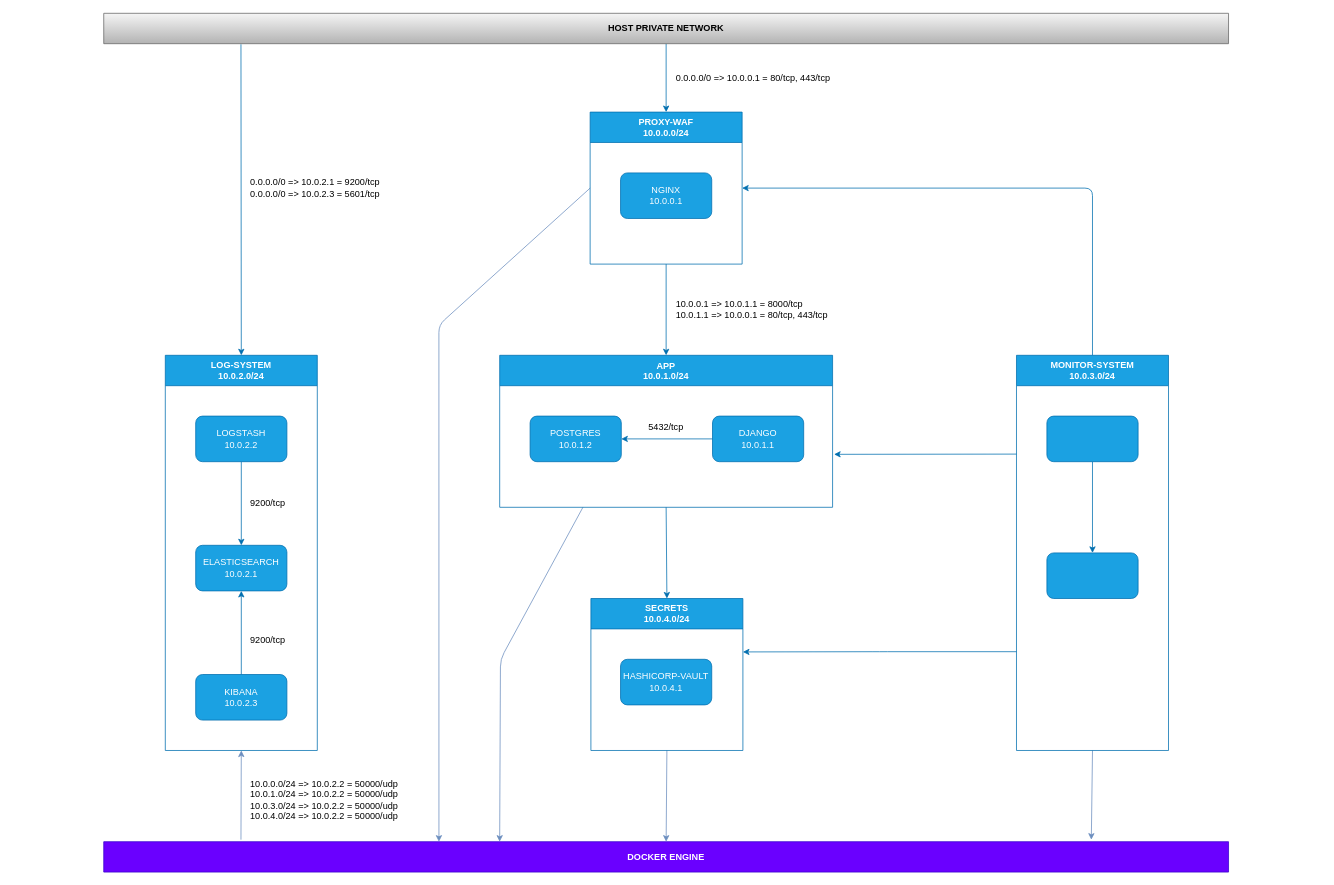
The draw.io diagram _notebook/topology.drawio in GiovanniAfro/ft_Transcendence, before the edit. Source tidied: cells renumbered, new cells numbered last; positions are measured from the earlier drawing's top-left corner, leaving out a move shared by most shapes. Both pictures are drawn from the tidied source at 76%, with x=0, y=0 at pixel (103, 13).
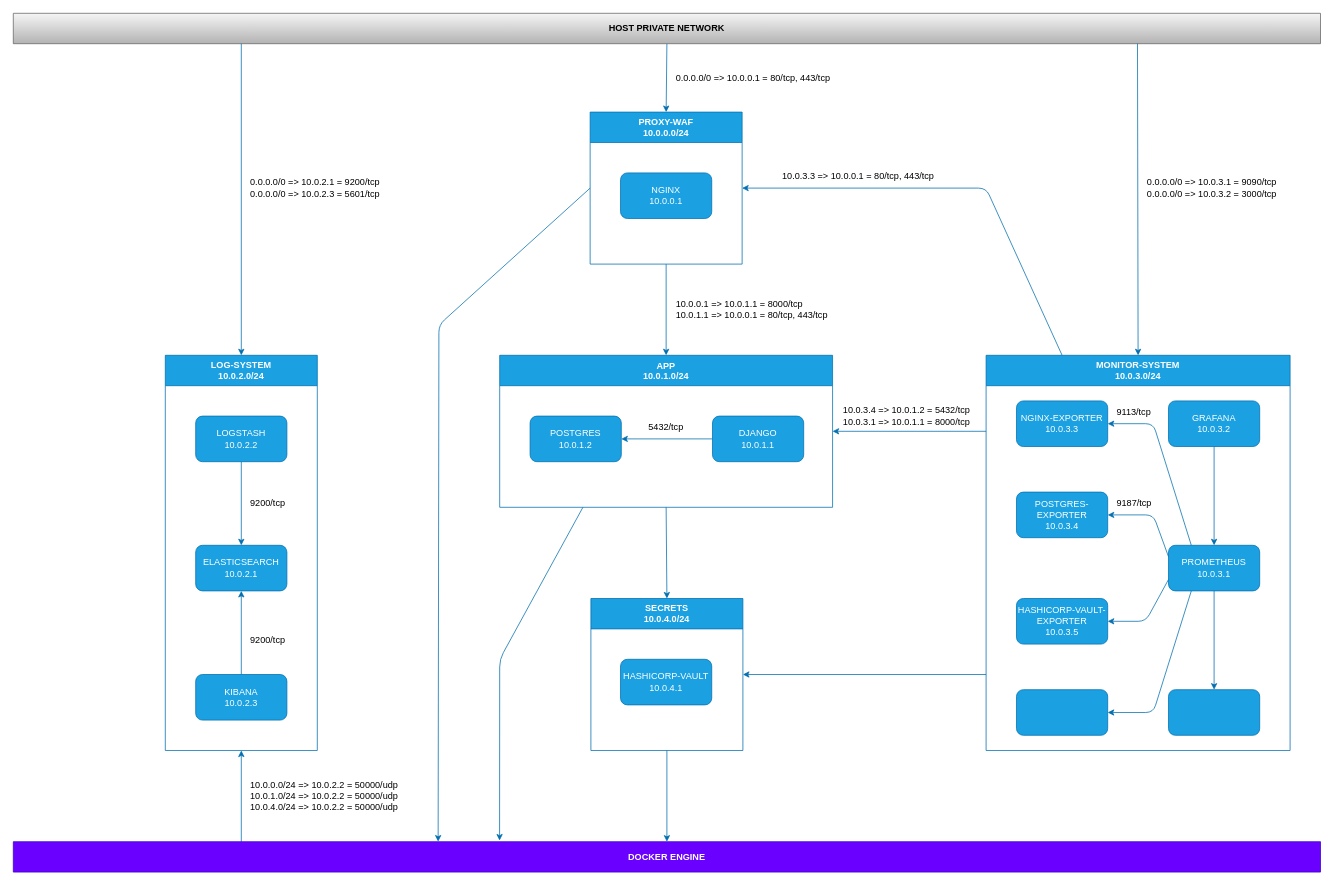
The same diagram, later.

The change refers to these unchanged cells:
```xml
<mxCell id="5" value="APP&#10;10.0.1.0/24" style="swimlane;startSize=40;swimlaneFillColor=none;rounded=0;glass=0;shadow=0;swimlaneLine=1;fillColor=#1ba1e2;strokeColor=#006EAF;fontColor=#ffffff;" parent="1" vertex="1">
  <mxGeometry x="521" y="450" width="438" height="200" as="geometry" />
</mxCell>
<mxCell id="12" value="PROXY-WAF&lt;br&gt;10.0.0.0/24" style="swimlane;whiteSpace=wrap;html=1;fillColor=#1ba1e2;strokeColor=#006EAF;fontColor=#ffffff;startSize=40;" parent="1" vertex="1">
  <mxGeometry x="640" y="130" width="200" height="200" as="geometry" />
</mxCell>
<mxCell id="17" value="SECRETS&lt;br&gt;10.0.4.0/24" style="swimlane;whiteSpace=wrap;html=1;startSize=40;fillColor=#1ba1e2;fontColor=#ffffff;strokeColor=#006EAF;" parent="1" vertex="1">
  <mxGeometry x="641" y="770" width="200" height="200" as="geometry" />
</mxCell>
<mxCell id="28" value="LOG-SYSTEM&lt;br&gt;10.0.2.0/24" style="swimlane;whiteSpace=wrap;html=1;startSize=40;fillColor=#1ba1e2;fontColor=#ffffff;strokeColor=#006EAF;" parent="1" vertex="1">
  <mxGeometry x="81" y="450" width="200" height="520" as="geometry" />
</mxCell>
```

The edit, as a diff of the source:
```diff
@@
-    <mxCell id="4" style="edgeStyle=none;html=1;exitX=0.25;exitY=1;exitDx=0;exitDy=0;fillColor=#dae8fc;strokeColor=#6c8ebf;entryX=0.352;entryY=0;entryDx=0;entryDy=0;entryPerimeter=0;" parent="1" edge="1" source="5" target="39">
+    <mxCell id="4" style="edgeStyle=none;html=1;exitX=0.25;exitY=1;exitDx=0;exitDy=0;fillColor=#1ba1e2;strokeColor=#006EAF;entryX=0.372;entryY=-0.038;entryDx=0;entryDy=0;entryPerimeter=0;" parent="1" edge="1" source="5" target="39">
       <mxGeometry relative="1" as="geometry">
         <Array as="points">
-          <mxPoint x="522" y="850" />
+          <mxPoint x="521" y="850" />
         </Array>
       </mxGeometry>
     </mxCell>
@@
-    <mxCell id="11" style="edgeStyle=none;html=1;exitX=0;exitY=0.5;exitDx=0;exitDy=0;entryX=0.298;entryY=0;entryDx=0;entryDy=0;fillColor=#dae8fc;strokeColor=#6c8ebf;entryPerimeter=0;" parent="1" edge="1" source="12" target="39">
+    <mxCell id="11" style="edgeStyle=none;html=1;exitX=0;exitY=0.5;exitDx=0;exitDy=0;entryX=0.325;entryY=-0.004;entryDx=0;entryDy=0;fillColor=#1ba1e2;strokeColor=#006EAF;entryPerimeter=0;" parent="1" edge="1" source="12" target="39">
       <mxGeometry relative="1" as="geometry">
         <Array as="points">
           <mxPoint x="441" y="410" />
         </Array>
       </mxGeometry>
     </mxCell>
@@
     <mxCell id="15" value="HOST PRIVATE NETWORK" style="swimlane;whiteSpace=wrap;html=1;startSize=40;fillColor=#f5f5f5;gradientColor=#b3b3b3;strokeColor=#666666;" parent="1" vertex="1">
-      <mxGeometry width="1480" height="40" as="geometry" />
+      <mxGeometry x="-119" width="1720" height="40" as="geometry" />
     </mxCell>
-    <mxCell id="16" style="edgeStyle=none;html=1;exitX=0.5;exitY=1;exitDx=0;exitDy=0;entryX=0.5;entryY=0;entryDx=0;entryDy=0;fillColor=#dae8fc;strokeColor=#6c8ebf;" parent="1" edge="1" source="17" target="39">
+    <mxCell id="16" style="edgeStyle=none;html=1;exitX=0.5;exitY=1;exitDx=0;exitDy=0;entryX=0.5;entryY=0;entryDx=0;entryDy=0;fillColor=#1ba1e2;strokeColor=#006EAF;" parent="1" edge="1" source="17" target="39">
       <mxGeometry relative="1" as="geometry" />
     </mxCell>
@@
-    <mxCell id="19" style="edgeStyle=none;html=1;exitX=0.5;exitY=1;exitDx=0;exitDy=0;entryX=0.878;entryY=-0.066;entryDx=0;entryDy=0;entryPerimeter=0;fillColor=#dae8fc;strokeColor=#6c8ebf;" parent="1" edge="1" source="23" target="39">
-      <mxGeometry relative="1" as="geometry" />
-    </mxCell>
-    <mxCell id="20" style="edgeStyle=none;html=1;exitX=0.5;exitY=0;exitDx=0;exitDy=0;entryX=1;entryY=0.5;entryDx=0;entryDy=0;fillColor=#1ba1e2;strokeColor=#006EAF;" parent="1" edge="1" source="23" target="12">
-      <mxGeometry relative="1" as="geometry">
-        <Array as="points">
-          <mxPoint x="1301" y="230" />
-        </Array>
-      </mxGeometry>
-    </mxCell>
-    <mxCell id="21" style="edgeStyle=none;html=1;exitX=0;exitY=0.75;exitDx=0;exitDy=0;fillColor=#1ba1e2;strokeColor=#006EAF;" parent="1" edge="1" source="23">
+    <mxCell id="21" style="edgeStyle=none;html=1;fillColor=#1ba1e2;strokeColor=#006EAF;entryX=1;entryY=0.5;entryDx=0;entryDy=0;" parent="1" edge="1" target="17">
       <mxGeometry relative="1" as="geometry">
-        <mxPoint x="841" y="840.3" as="targetPoint" />
-        <Array as="points">
-          <mxPoint x="1021" y="840" />
-        </Array>
+        <mxPoint x="1161" y="870" as="sourcePoint" />
       </mxGeometry>
     </mxCell>
-    <mxCell id="22" style="edgeStyle=none;html=1;exitX=0;exitY=0.25;exitDx=0;exitDy=0;fillColor=#1ba1e2;strokeColor=#006EAF;" parent="1" edge="1" source="23">
+    <mxCell id="22" style="edgeStyle=none;html=1;fillColor=#1ba1e2;strokeColor=#006EAF;entryX=1;entryY=0.5;entryDx=0;entryDy=0;" parent="1" edge="1" target="5">
       <mxGeometry relative="1" as="geometry">
-        <mxPoint x="961" y="580.3" as="targetPoint" />
+        <mxPoint x="1161" y="550" as="sourcePoint" />
       </mxGeometry>
     </mxCell>
-    <mxCell id="23" value="MONITOR-SYSTEM&lt;br&gt;10.0.3.0/24" style="swimlane;whiteSpace=wrap;html=1;startSize=40;fillColor=#1ba1e2;fontColor=#ffffff;strokeColor=#006EAF;" parent="1" vertex="1">
-      <mxGeometry x="1201" y="450" width="200" height="520" as="geometry" />
-    </mxCell>
-    <mxCell id="24" style="edgeStyle=none;html=1;fillColor=#1ba1e2;strokeColor=#006EAF;" parent="23" edge="1" source="25" target="26">
-      <mxGeometry relative="1" as="geometry" />
-    </mxCell>
-    <mxCell id="25" style="rounded=1;whiteSpace=wrap;html=1;fillColor=#1ba1e2;fontColor=#ffffff;strokeColor=#006EAF;" parent="23" vertex="1">
-      <mxGeometry x="40" y="80" width="120" height="60" as="geometry" />
-    </mxCell>
-    <mxCell id="26" style="rounded=1;whiteSpace=wrap;html=1;fillColor=#1ba1e2;fontColor=#ffffff;strokeColor=#006EAF;" parent="23" vertex="1">
-      <mxGeometry x="40" y="260" width="120" height="60" as="geometry" />
-    </mxCell>
+    <mxCell id="41" style="edgeStyle=none;html=1;entryX=0.5;entryY=0;entryDx=0;entryDy=0;fillColor=#1ba1e2;strokeColor=#006EAF;exitX=0.86;exitY=0.998;exitDx=0;exitDy=0;exitPerimeter=0;" parent="1" edge="1" source="15" target="23">
+      <mxGeometry relative="1" as="geometry" />
+    </mxCell>
-    <mxCell id="27" style="edgeStyle=none;html=1;entryX=0.5;entryY=0;entryDx=0;entryDy=0;fillColor=#1ba1e2;strokeColor=#006EAF;exitX=0.122;exitY=1.02;exitDx=0;exitDy=0;exitPerimeter=0;" parent="1" edge="1" source="15" target="28">
-      <mxGeometry relative="1" as="geometry" />
+    <mxCell id="27" style="edgeStyle=none;html=1;entryX=0.5;entryY=0;entryDx=0;entryDy=0;fillColor=#1ba1e2;strokeColor=#006EAF;" parent="1" edge="1" target="28">
+      <mxGeometry relative="1" as="geometry">
+        <mxPoint x="181" y="40" as="sourcePoint" />
+      </mxGeometry>
     </mxCell>
@@
-    <mxCell id="38" style="edgeStyle=none;html=1;exitX=0.122;exitY=-0.067;exitDx=0;exitDy=0;entryX=0.5;entryY=1;entryDx=0;entryDy=0;exitPerimeter=0;fillColor=#dae8fc;strokeColor=#6c8ebf;" parent="1" edge="1" source="39" target="28">
-      <mxGeometry relative="1" as="geometry" />
+    <mxCell id="38" style="edgeStyle=none;html=1;entryX=0.5;entryY=1;entryDx=0;entryDy=0;fillColor=#1ba1e2;strokeColor=#006EAF;" parent="1" edge="1" target="28">
+      <mxGeometry relative="1" as="geometry">
+        <mxPoint x="181" y="1090" as="sourcePoint" />
+      </mxGeometry>
     </mxCell>
     <mxCell id="39" value="DOCKER ENGINE" style="swimlane;whiteSpace=wrap;html=1;startSize=40;fillColor=#6a00ff;strokeColor=#3700CC;fontColor=#ffffff;" parent="1" vertex="1">
-      <mxGeometry y="1090" width="1480" height="40" as="geometry" />
+      <mxGeometry x="-119" y="1090" width="1720" height="40" as="geometry" />
     </mxCell>
-    <mxCell id="40" value="10.0.0.0/24 =&amp;gt; 10.0.2.2 = 50000/udp&lt;br&gt;10.0.1.0/24 =&amp;gt; 10.0.2.2 = 50000/udp&lt;br&gt;10.0.3.0/24 =&amp;gt; 10.0.2.2 = 50000/udp&lt;br&gt;10.0.4.0/24 =&amp;gt; 10.0.2.2 = 50000/udp" style="text;html=1;align=left;verticalAlign=middle;strokeColor=none;fillColor=none;" parent="1" vertex="1">
-      <mxGeometry x="191" y="1000" width="220" height="70" as="geometry" />
+    <mxCell id="40" value="10.0.0.0/24 =&amp;gt; 10.0.2.2 = 50000/udp&lt;br&gt;10.0.1.0/24 =&amp;gt; 10.0.2.2 = 50000/udp&lt;br&gt;10.0.4.0/24 =&amp;gt; 10.0.2.2 = 50000/udp" style="text;html=1;align=left;verticalAlign=middle;strokeColor=none;fillColor=none;" parent="1" vertex="1">
+      <mxGeometry x="191" y="1000" width="220" height="60" as="geometry" />
     </mxCell>
+    <mxCell id="42" value="0.0.0.0/0 =&amp;gt; 10.0.3.1 = 9090/tcp&lt;br&gt;0.0.0.0/0 =&amp;gt; 10.0.3.2 = 3000/tcp" style="text;html=1;align=left;verticalAlign=middle;strokeColor=none;fillColor=none;" parent="1" vertex="1">
+      <mxGeometry x="1371" y="210" width="190" height="40" as="geometry" />
+    </mxCell>
+    <mxCell id="20" style="edgeStyle=none;html=1;exitX=0.25;exitY=0;exitDx=0;exitDy=0;entryX=1;entryY=0.5;entryDx=0;entryDy=0;fillColor=#1ba1e2;strokeColor=#006EAF;" parent="1" edge="1" source="23" target="12">
+      <mxGeometry relative="1" as="geometry">
+        <Array as="points">
+          <mxPoint x="1161" y="230" />
+        </Array>
+      </mxGeometry>
+    </mxCell>
+    <mxCell id="23" value="MONITOR-SYSTEM&lt;br&gt;10.0.3.0/24" style="swimlane;whiteSpace=wrap;html=1;startSize=40;fillColor=#1ba1e2;fontColor=#ffffff;strokeColor=#006EAF;" parent="1" vertex="1">
+      <mxGeometry x="1161" y="450" width="400" height="520" as="geometry" />
+    </mxCell>
+    <mxCell id="43" value="NGINX-EXPORTER&lt;br style=&quot;border-color: var(--border-color);&quot;&gt;10.0.3.3" style="rounded=1;whiteSpace=wrap;html=1;fillColor=#1ba1e2;fontColor=#ffffff;strokeColor=#006EAF;" parent="23" vertex="1">
+      <mxGeometry x="40" y="60" width="120" height="60" as="geometry" />
+    </mxCell>
+    <mxCell id="44" value="POSTGRES-EXPORTER&lt;br&gt;10.0.3.4" style="rounded=1;whiteSpace=wrap;html=1;fillColor=#1ba1e2;fontColor=#ffffff;strokeColor=#006EAF;" parent="23" vertex="1">
+      <mxGeometry x="40" y="180" width="120" height="60" as="geometry" />
+    </mxCell>
+    <mxCell id="45" value="HASHICORP-VAULT-EXPORTER&lt;br&gt;10.0.3.5" style="rounded=1;whiteSpace=wrap;html=1;fillColor=#1ba1e2;fontColor=#ffffff;strokeColor=#006EAF;" parent="23" vertex="1">
+      <mxGeometry x="40" y="320" width="120" height="60" as="geometry" />
+    </mxCell>
+    <mxCell id="46" style="rounded=1;whiteSpace=wrap;html=1;fillColor=#1ba1e2;fontColor=#ffffff;strokeColor=#006EAF;" parent="23" vertex="1">
+      <mxGeometry x="40" y="440" width="120" height="60" as="geometry" />
+    </mxCell>
+    <mxCell id="25" value="GRAFANA&lt;br style=&quot;border-color: var(--border-color);&quot;&gt;10.0.3.2" style="rounded=1;whiteSpace=wrap;html=1;fillColor=#1ba1e2;fontColor=#ffffff;strokeColor=#006EAF;" parent="23" vertex="1">
+      <mxGeometry x="240" y="60" width="120" height="60" as="geometry" />
+    </mxCell>
+    <mxCell id="47" style="edgeStyle=none;html=1;exitX=0.5;exitY=1;exitDx=0;exitDy=0;entryX=0.5;entryY=0;entryDx=0;entryDy=0;fillColor=#1ba1e2;strokeColor=#006EAF;" parent="23" edge="1" source="26" target="52">
+      <mxGeometry relative="1" as="geometry" />
+    </mxCell>
+    <mxCell id="48" style="edgeStyle=none;html=1;exitX=0.25;exitY=1;exitDx=0;exitDy=0;entryX=1;entryY=0.5;entryDx=0;entryDy=0;fillColor=#1ba1e2;strokeColor=#006EAF;" parent="23" edge="1" source="26" target="46">
+      <mxGeometry relative="1" as="geometry">
+        <Array as="points">
+          <mxPoint x="220" y="470" />
+        </Array>
+      </mxGeometry>
+    </mxCell>
+    <mxCell id="49" style="edgeStyle=none;html=1;exitX=0;exitY=0.75;exitDx=0;exitDy=0;entryX=1;entryY=0.5;entryDx=0;entryDy=0;fillColor=#1ba1e2;strokeColor=#006EAF;" parent="23" edge="1" source="26" target="45">
+      <mxGeometry relative="1" as="geometry">
+        <Array as="points">
+          <mxPoint x="210" y="350" />
+        </Array>
+      </mxGeometry>
+    </mxCell>
+    <mxCell id="50" style="edgeStyle=none;html=1;exitX=0;exitY=0.25;exitDx=0;exitDy=0;entryX=1;entryY=0.5;entryDx=0;entryDy=0;fillColor=#1ba1e2;strokeColor=#006EAF;" parent="23" edge="1" source="26" target="44">
+      <mxGeometry relative="1" as="geometry">
+        <Array as="points">
+          <mxPoint x="220" y="210" />
+        </Array>
+      </mxGeometry>
+    </mxCell>
+    <mxCell id="51" style="edgeStyle=none;html=1;exitX=0.25;exitY=0;exitDx=0;exitDy=0;entryX=1;entryY=0.5;entryDx=0;entryDy=0;fillColor=#1ba1e2;strokeColor=#006EAF;" parent="23" edge="1" source="26" target="43">
+      <mxGeometry relative="1" as="geometry">
+        <Array as="points">
+          <mxPoint x="220" y="90" />
+        </Array>
+      </mxGeometry>
+    </mxCell>
+    <mxCell id="26" value="PROMETHEUS&lt;br style=&quot;border-color: var(--border-color);&quot;&gt;10.0.3.1" style="rounded=1;whiteSpace=wrap;html=1;fillColor=#1ba1e2;fontColor=#ffffff;strokeColor=#006EAF;" parent="23" vertex="1">
+      <mxGeometry x="240" y="250" width="120" height="60" as="geometry" />
+    </mxCell>
+    <mxCell id="24" style="edgeStyle=none;html=1;fillColor=#1ba1e2;strokeColor=#006EAF;" parent="23" edge="1" source="25" target="26">
+      <mxGeometry relative="1" as="geometry" />
+    </mxCell>
+    <mxCell id="52" style="rounded=1;whiteSpace=wrap;html=1;fillColor=#1ba1e2;fontColor=#ffffff;strokeColor=#006EAF;" parent="23" vertex="1">
+      <mxGeometry x="240" y="440" width="120" height="60" as="geometry" />
+    </mxCell>
+    <mxCell id="53" value="9187/tcp" style="text;html=1;align=left;verticalAlign=middle;strokeColor=none;fillColor=none;" parent="23" vertex="1">
+      <mxGeometry x="170" y="180" width="70" height="30" as="geometry" />
+    </mxCell>
+    <mxCell id="54" value="9113/tcp" style="text;html=1;align=left;verticalAlign=middle;strokeColor=none;fillColor=none;" parent="23" vertex="1">
+      <mxGeometry x="170" y="60" width="70" height="30" as="geometry" />
+    </mxCell>
+    <mxCell id="55" value="10.0.3.4 =&amp;gt; 10.0.1.2 = 5432/tcp&lt;br&gt;10.0.3.1 =&amp;gt; 10.0.1.1 = 8000/tcp" style="text;html=1;align=left;verticalAlign=middle;strokeColor=none;fillColor=none;" parent="1" vertex="1">
+      <mxGeometry x="971" y="510" width="190" height="40" as="geometry" />
+    </mxCell>
+    <mxCell id="56" value="10.0.3.3 =&amp;gt; 10.0.0.1 = 80/tcp, 443/tcp" style="text;html=1;align=left;verticalAlign=middle;strokeColor=none;fillColor=none;" parent="1" vertex="1">
+      <mxGeometry x="891" y="200" width="220" height="30" as="geometry" />
+    </mxCell>
```
